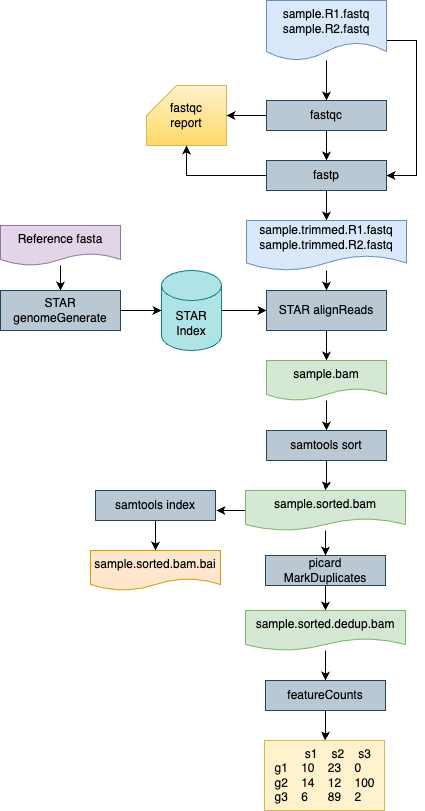
This is figures/RNAseq.png from TriLab-bioinf/WORKSHOP2024_2, a draw.io export, as it was before one commit. Source tidied: cells renumbered, new cells last; positions are measured from the earlier drawing's top-left corner, leaving out a move shared by most shapes. Its diagram source:
```xml
<mxGraphModel>
  <root>
    <mxCell id="0" />
    <mxCell id="1" parent="0" />
    <mxCell id="2" style="edgeStyle=orthogonalEdgeStyle;rounded=0;jettySize=auto;html=1;entryX=0.5;entryY=0;entryDx=0;entryDy=0;" parent="1" edge="1" source="4" target="6">
      <mxGeometry relative="1" as="geometry" />
    </mxCell>
    <mxCell id="3" style="edgeStyle=orthogonalEdgeStyle;rounded=0;jettySize=auto;html=1;entryX=1;entryY=0.5;entryDx=0;entryDy=0;" parent="1" edge="1" source="4" target="8">
      <mxGeometry relative="1" as="geometry">
        <Array as="points">
          <mxPoint x="416" y="40" />
          <mxPoint x="416" y="175" />
        </Array>
      </mxGeometry>
    </mxCell>
    <mxCell id="4" value="sample.R1.fastq&lt;div&gt;sample.R2.fastq&lt;br&gt;&lt;/div&gt;" style="shape=document;whiteSpace=wrap;html=1;boundedLbl=1;fillColor=#dae8fc;strokeColor=#6c8ebf;" parent="1" vertex="1">
      <mxGeometry x="266" width="120" height="60" as="geometry" />
    </mxCell>
    <mxCell id="5" style="edgeStyle=orthogonalEdgeStyle;rounded=0;jettySize=auto;html=1;entryX=0.5;entryY=0;entryDx=0;entryDy=0;" parent="1" edge="1" source="6" target="8">
      <mxGeometry relative="1" as="geometry" />
    </mxCell>
    <mxCell id="6" value="fastqc" style="rounded=0;whiteSpace=wrap;html=1;fillColor=#bac8d3;strokeColor=#23445d;" parent="1" vertex="1">
      <mxGeometry x="266" y="100" width="120" height="30" as="geometry" />
    </mxCell>
    <mxCell id="7" style="edgeStyle=orthogonalEdgeStyle;rounded=0;jettySize=auto;html=1;entryX=0.5;entryY=0;entryDx=0;entryDy=0;" parent="1" edge="1" source="8" target="12">
      <mxGeometry relative="1" as="geometry" />
    </mxCell>
    <mxCell id="8" value="fastp" style="rounded=0;whiteSpace=wrap;html=1;fillColor=#bac8d3;strokeColor=#23445d;" parent="1" vertex="1">
      <mxGeometry x="266" y="160" width="120" height="30" as="geometry" />
    </mxCell>
    <mxCell id="9" value="fastqc&lt;div&gt;report&lt;/div&gt;" style="shape=card;whiteSpace=wrap;html=1;fillColor=#fff2cc;gradientColor=#ffd966;strokeColor=#d6b656;" parent="1" vertex="1">
      <mxGeometry x="146" y="85" width="80" height="60" as="geometry" />
    </mxCell>
    <mxCell id="10" style="edgeStyle=orthogonalEdgeStyle;rounded=0;jettySize=auto;html=1;entryX=1;entryY=0.5;entryDx=0;entryDy=0;entryPerimeter=0;" parent="1" edge="1" source="6" target="9">
      <mxGeometry relative="1" as="geometry" />
    </mxCell>
    <mxCell id="11" style="edgeStyle=orthogonalEdgeStyle;rounded=0;jettySize=auto;html=1;entryX=0.5;entryY=0;entryDx=0;entryDy=0;" parent="1" edge="1" source="12" target="14">
      <mxGeometry relative="1" as="geometry" />
    </mxCell>
    <mxCell id="12" value="sample.trimmed.R1.fastq&lt;div&gt;sample.trimmed.R2.fastq&lt;br&gt;&lt;/div&gt;" style="shape=document;whiteSpace=wrap;html=1;boundedLbl=1;fillColor=#dae8fc;strokeColor=#6c8ebf;" parent="1" vertex="1">
      <mxGeometry x="246" y="220" width="160" height="50" as="geometry" />
    </mxCell>
    <mxCell id="13" style="edgeStyle=orthogonalEdgeStyle;rounded=0;jettySize=auto;html=1;entryX=0.5;entryY=0;entryDx=0;entryDy=0;" parent="1" edge="1" source="14" target="25">
      <mxGeometry relative="1" as="geometry" />
    </mxCell>
    <mxCell id="14" value="STAR alignReads" style="rounded=0;whiteSpace=wrap;html=1;fillColor=#bac8d3;strokeColor=#23445d;" parent="1" vertex="1">
      <mxGeometry x="266" y="290" width="120" height="40" as="geometry" />
    </mxCell>
    <mxCell id="15" style="edgeStyle=orthogonalEdgeStyle;rounded=0;jettySize=auto;html=1;entryX=0;entryY=0.5;entryDx=0;entryDy=0;" parent="1" edge="1" source="16" target="14">
      <mxGeometry relative="1" as="geometry" />
    </mxCell>
    <mxCell id="16" value="STAR&lt;div&gt;Index&lt;/div&gt;" style="shape=cylinder3;whiteSpace=wrap;html=1;boundedLbl=1;backgroundOutline=1;size=15;fillColor=#b0e3e6;strokeColor=#0e8088;" parent="1" vertex="1">
      <mxGeometry x="161" y="270" width="60" height="80" as="geometry" />
    </mxCell>
    <mxCell id="17" style="edgeStyle=orthogonalEdgeStyle;rounded=0;jettySize=auto;html=1;entryX=0.5;entryY=0;entryDx=0;entryDy=0;" parent="1" edge="1" source="18" target="19">
      <mxGeometry relative="1" as="geometry" />
    </mxCell>
    <mxCell id="18" value="Reference fasta" style="shape=document;whiteSpace=wrap;html=1;boundedLbl=1;fillColor=#e1d5e7;strokeColor=#9673a6;" parent="1" vertex="1">
      <mxGeometry y="225" width="120" height="40" as="geometry" />
    </mxCell>
    <mxCell id="19" value="STAR genomeGenerate" style="rounded=0;whiteSpace=wrap;html=1;fillColor=#bac8d3;strokeColor=#23445d;" parent="1" vertex="1">
      <mxGeometry y="290" width="120" height="40" as="geometry" />
    </mxCell>
    <mxCell id="20" style="edgeStyle=orthogonalEdgeStyle;rounded=0;jettySize=auto;html=1;entryX=0;entryY=0.5;entryDx=0;entryDy=0;entryPerimeter=0;" parent="1" edge="1" source="19" target="16">
      <mxGeometry relative="1" as="geometry" />
    </mxCell>
    <mxCell id="21" style="edgeStyle=orthogonalEdgeStyle;rounded=0;jettySize=auto;html=1;entryX=0.5;entryY=0;entryDx=0;entryDy=0;" parent="1" edge="1" source="22" target="30">
      <mxGeometry relative="1" as="geometry" />
    </mxCell>
    <mxCell id="22" value="samtools sort" style="rounded=0;whiteSpace=wrap;html=1;fillColor=#bac8d3;strokeColor=#23445d;" parent="1" vertex="1">
      <mxGeometry x="266" y="430" width="120" height="30" as="geometry" />
    </mxCell>
    <mxCell id="23" style="edgeStyle=orthogonalEdgeStyle;rounded=0;jettySize=auto;html=1;entryX=0.5;entryY=1;entryDx=0;entryDy=0;entryPerimeter=0;" parent="1" edge="1" source="8" target="9">
      <mxGeometry relative="1" as="geometry" />
    </mxCell>
    <mxCell id="24" style="edgeStyle=orthogonalEdgeStyle;rounded=0;jettySize=auto;html=1;entryX=0.5;entryY=0;entryDx=0;entryDy=0;" parent="1" edge="1" source="25" target="22">
      <mxGeometry relative="1" as="geometry" />
    </mxCell>
    <mxCell id="25" value="sample.bam" style="shape=document;whiteSpace=wrap;html=1;boundedLbl=1;fillColor=#d5e8d4;strokeColor=#82b366;" parent="1" vertex="1">
      <mxGeometry x="266" y="360" width="120" height="40" as="geometry" />
    </mxCell>
    <mxCell id="26" style="edgeStyle=orthogonalEdgeStyle;rounded=0;jettySize=auto;html=1;entryX=0.5;entryY=0;entryDx=0;entryDy=0;" parent="1" edge="1" source="27" target="31">
      <mxGeometry relative="1" as="geometry" />
    </mxCell>
    <mxCell id="27" value="samtools index" style="rounded=0;whiteSpace=wrap;html=1;fillColor=#bac8d3;strokeColor=#23445d;" parent="1" vertex="1">
      <mxGeometry x="95" y="490" width="120" height="30" as="geometry" />
    </mxCell>
    <mxCell id="28" style="edgeStyle=orthogonalEdgeStyle;rounded=0;jettySize=auto;html=1;" parent="1" edge="1" source="30">
      <mxGeometry relative="1" as="geometry">
        <mxPoint x="216" y="510" as="targetPoint" />
      </mxGeometry>
    </mxCell>
    <mxCell id="29" style="edgeStyle=orthogonalEdgeStyle;rounded=0;jettySize=auto;html=1;entryX=0.5;entryY=0;entryDx=0;entryDy=0;" parent="1" edge="1" source="30" target="33">
      <mxGeometry relative="1" as="geometry" />
    </mxCell>
    <mxCell id="30" value="sample.sorted.bam" style="shape=document;whiteSpace=wrap;html=1;boundedLbl=1;fillColor=#d5e8d4;strokeColor=#82b366;" parent="1" vertex="1">
      <mxGeometry x="245" y="490" width="160" height="40" as="geometry" />
    </mxCell>
    <mxCell id="31" value="sample.sorted.bam.bai" style="shape=document;whiteSpace=wrap;html=1;boundedLbl=1;fillColor=#ffe6cc;strokeColor=#d79b00;" parent="1" vertex="1">
      <mxGeometry x="90" y="550" width="130" height="40" as="geometry" />
    </mxCell>
    <mxCell id="32" style="edgeStyle=orthogonalEdgeStyle;rounded=0;jettySize=auto;html=1;entryX=0.5;entryY=0;entryDx=0;entryDy=0;" parent="1" edge="1" source="33" target="35">
      <mxGeometry relative="1" as="geometry" />
    </mxCell>
    <mxCell id="33" value="picard MarkDuplicates" style="rounded=0;whiteSpace=wrap;html=1;fillColor=#bac8d3;strokeColor=#23445d;" parent="1" vertex="1">
      <mxGeometry x="265" y="555" width="120" height="30" as="geometry" />
    </mxCell>
    <mxCell id="34" style="edgeStyle=orthogonalEdgeStyle;rounded=0;jettySize=auto;html=1;entryX=0.5;entryY=0;entryDx=0;entryDy=0;" parent="1" edge="1" source="35" target="36">
      <mxGeometry relative="1" as="geometry" />
    </mxCell>
    <mxCell id="35" value="sample.sorted.dedup.bam" style="shape=document;whiteSpace=wrap;html=1;boundedLbl=1;fillColor=#d5e8d4;strokeColor=#82b366;" parent="1" vertex="1">
      <mxGeometry x="245" y="610" width="160" height="40" as="geometry" />
    </mxCell>
    <mxCell id="36" value="featureCounts" style="rounded=0;whiteSpace=wrap;html=1;fillColor=#bac8d3;strokeColor=#23445d;" parent="1" vertex="1">
      <mxGeometry x="265" y="680" width="120" height="30" as="geometry" />
    </mxCell>
    <mxCell id="37" value="&lt;span style=&quot;white-space: pre;&quot;&gt;&#9;&lt;/span&gt;s1&lt;span style=&quot;white-space: pre;&quot;&gt;&#9;&lt;/span&gt;s2&lt;span style=&quot;white-space: pre;&quot;&gt;&#9;&lt;/span&gt;s3&lt;div&gt;&lt;div style=&quot;text-align: left;&quot;&gt;g1&lt;span style=&quot;white-space: pre;&quot;&gt;&#9;&lt;/span&gt;10&lt;span style=&quot;white-space: pre;&quot;&gt;&#9;&lt;/span&gt;23&lt;span style=&quot;white-space: pre;&quot;&gt;&#9;&lt;/span&gt;0&lt;/div&gt;&lt;div style=&quot;text-align: left;&quot;&gt;g2&lt;span style=&quot;white-space: pre;&quot;&gt;&#9;&lt;/span&gt;14&lt;span style=&quot;white-space: pre;&quot;&gt;&#9;&lt;/span&gt;12&lt;span style=&quot;white-space: pre;&quot;&gt;&#9;&lt;/span&gt;100&lt;/div&gt;&lt;div style=&quot;text-align: left;&quot;&gt;g3&lt;span style=&quot;white-space: pre;&quot;&gt;&#9;&lt;/span&gt;6&lt;span style=&quot;white-space: pre;&quot;&gt;&#9;&lt;/span&gt;89&lt;span style=&quot;white-space: pre;&quot;&gt;&#9;&lt;/span&gt;2&lt;/div&gt;&lt;/div&gt;" style="text;html=1;align=center;verticalAlign=middle;points=[];strokeColor=#d6b656;fillColor=#fff2cc;" parent="1" vertex="1">
      <mxGeometry x="264" y="740" width="120" height="70" as="geometry" />
    </mxCell>
    <mxCell id="38" style="edgeStyle=orthogonalEdgeStyle;rounded=0;jettySize=auto;html=1;entryX=0.505;entryY=-0.001;entryDx=0;entryDy=0;entryPerimeter=0;" parent="1" edge="1" source="36" target="37">
      <mxGeometry relative="1" as="geometry" />
    </mxCell>
  </root>
</mxGraphModel>
```
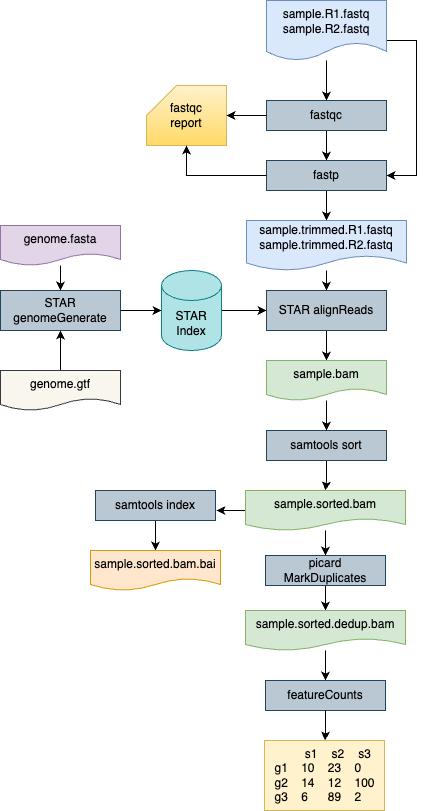
The same diagram one commit later.

What changed in the source:
```diff
@@ -55,7 +55,7 @@
     <mxCell id="17" style="edgeStyle=orthogonalEdgeStyle;rounded=0;jettySize=auto;html=1;entryX=0.5;entryY=0;entryDx=0;entryDy=0;" parent="1" edge="1" source="18" target="19">
       <mxGeometry relative="1" as="geometry" />
     </mxCell>
-    <mxCell id="18" value="Reference fasta" style="shape=document;whiteSpace=wrap;html=1;boundedLbl=1;fillColor=#e1d5e7;strokeColor=#9673a6;" parent="1" vertex="1">
+    <mxCell id="18" value="genome.fasta" style="shape=document;whiteSpace=wrap;html=1;boundedLbl=1;fillColor=#e1d5e7;strokeColor=#9673a6;" parent="1" vertex="1">
       <mxGeometry y="225" width="120" height="40" as="geometry" />
     </mxCell>
     <mxCell id="19" value="STAR genomeGenerate" style="rounded=0;whiteSpace=wrap;html=1;fillColor=#bac8d3;strokeColor=#23445d;" parent="1" vertex="1">
@@ -120,5 +120,11 @@
     <mxCell id="38" style="edgeStyle=orthogonalEdgeStyle;rounded=0;jettySize=auto;html=1;entryX=0.505;entryY=-0.001;entryDx=0;entryDy=0;entryPerimeter=0;" parent="1" edge="1" source="36" target="37">
       <mxGeometry relative="1" as="geometry" />
     </mxCell>
+    <mxCell id="39" style="edgeStyle=orthogonalEdgeStyle;rounded=0;jettySize=auto;html=1;entryX=0.5;entryY=1;entryDx=0;entryDy=0;" parent="1" edge="1" source="40" target="19">
+      <mxGeometry relative="1" as="geometry" />
+    </mxCell>
+    <mxCell id="40" value="genome.gtf" style="shape=document;whiteSpace=wrap;html=1;boundedLbl=1;fillColor=#f9f7ed;strokeColor=#36393d;" parent="1" vertex="1">
+      <mxGeometry y="370" width="120" height="40" as="geometry" />
+    </mxCell>
   </root>
 </mxGraphModel>
```
